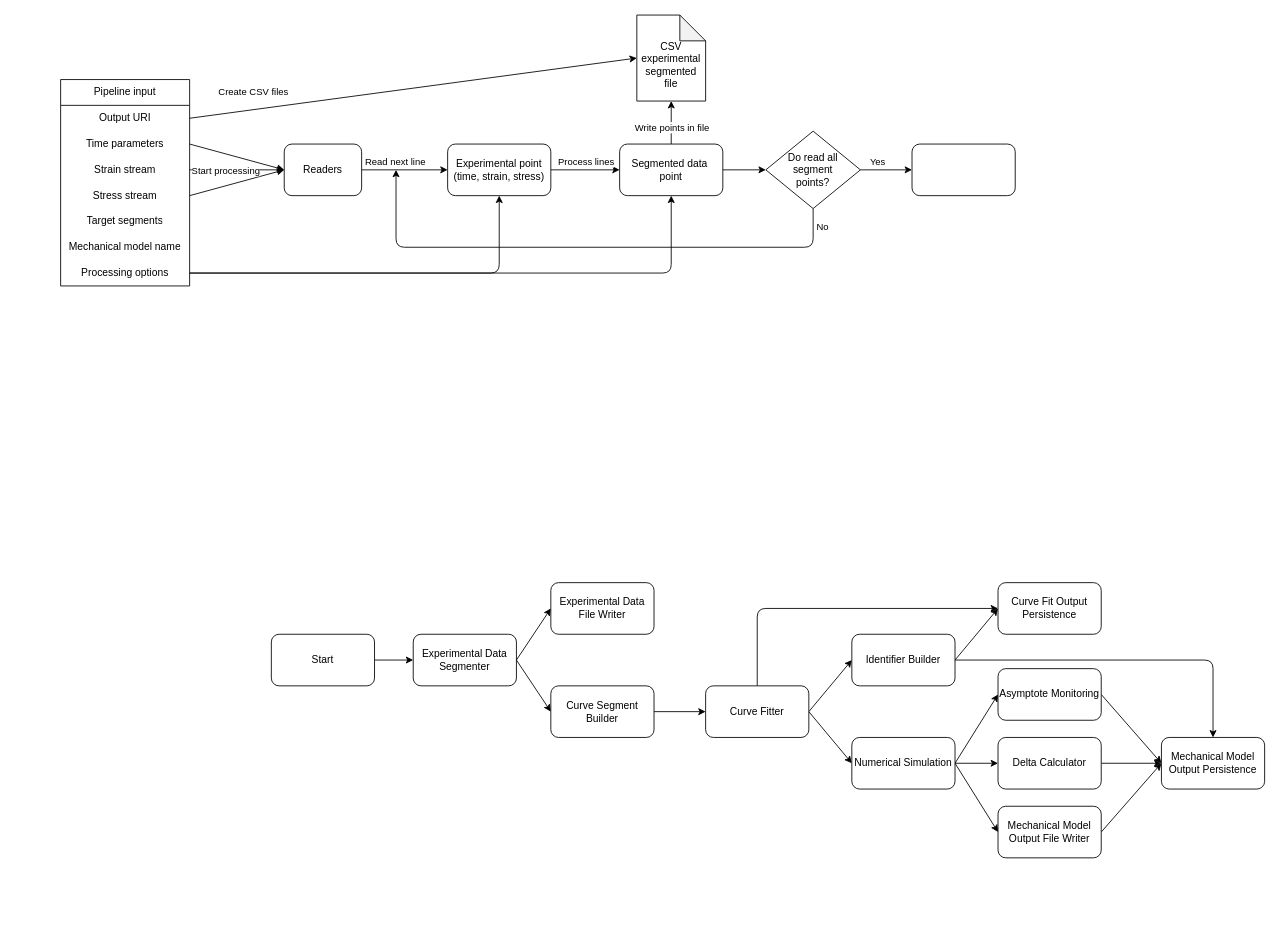
mellosilveira/Tools keeps this draw.io diagram as flowcharts/flowcharts.drawio. Above is the earlier version. Source tidied: cells renumbered, new cells numbered last; positions are measured from the earlier drawing's top-left corner, leaving out a move shared by most shapes. Both pictures are drawn from the tidied source at 86%, with x=0, y=0 at pixel (60, 15).
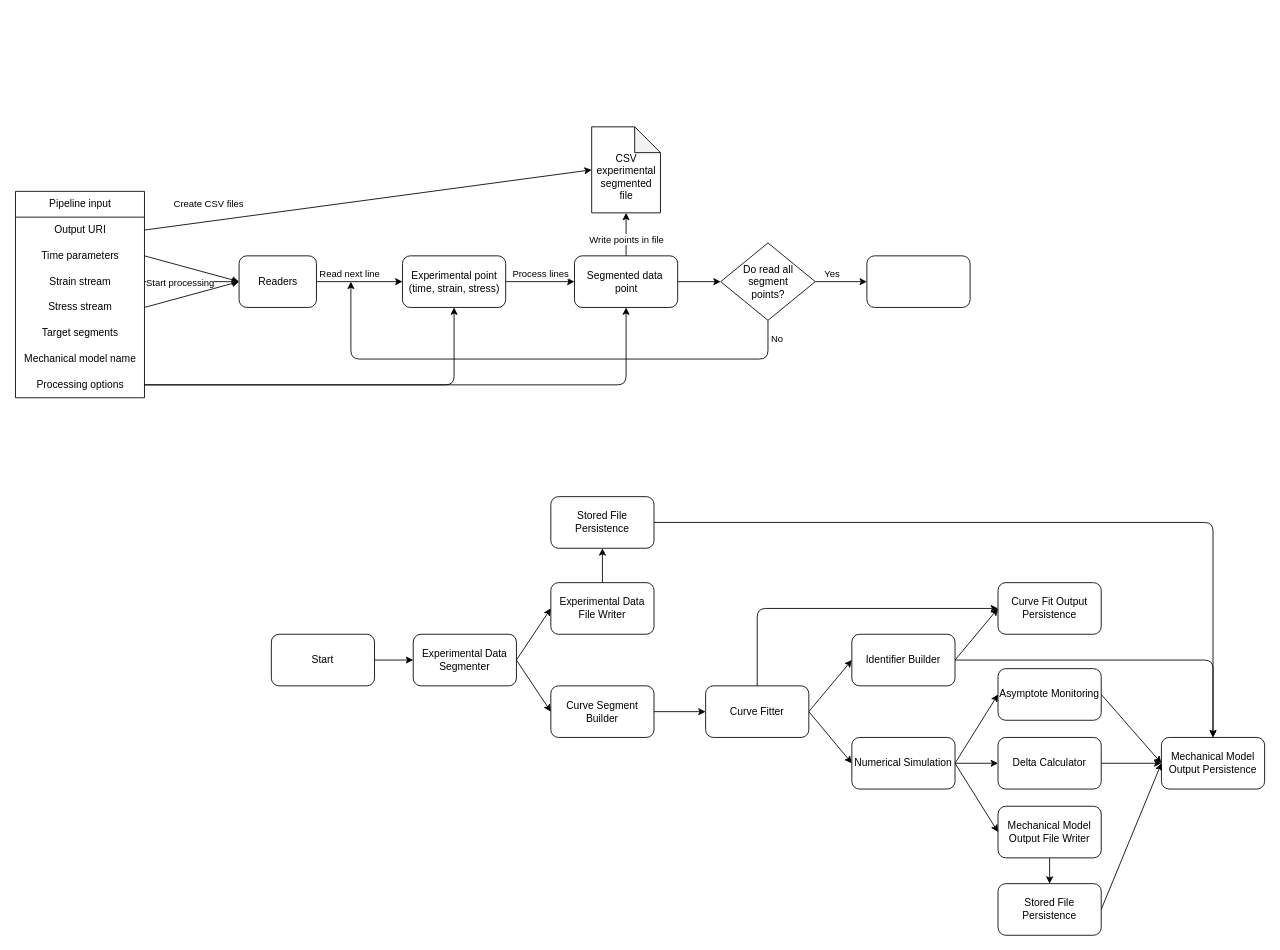
The same page after the edit.

Unchanged cells that the change refers to:
```xml
<mxCell id="14" value="Processing options" style="text;strokeColor=none;fillColor=none;align=center;verticalAlign=middle;spacingLeft=4;spacingRight=4;overflow=hidden;points=[[0,0.5],[1,0.5]];portConstraint=eastwest;whiteSpace=wrap;html=1;" parent="7" vertex="1">
  <mxGeometry y="210" width="150" height="30" as="geometry" />
</mxCell>
<mxCell id="40" value="Experimental Data File Writer" style="rounded=1;whiteSpace=wrap;html=1;" parent="1" vertex="1">
  <mxGeometry x="570" y="660" width="120" height="60" as="geometry" />
</mxCell>
<mxCell id="51" value="Mechanical Model Output Persistence" style="rounded=1;whiteSpace=wrap;html=1;" parent="1" vertex="1">
  <mxGeometry x="1280" y="840" width="120" height="60" as="geometry" />
</mxCell>
<mxCell id="59" value="Mechanical Model Output File Writer" style="rounded=1;whiteSpace=wrap;html=1;" parent="1" vertex="1">
  <mxGeometry x="1090" y="920" width="120" height="60" as="geometry" />
</mxCell>
```

Diff of the diagram source:
```diff
@@
     <mxCell id="6" value="Experimental point&lt;div&gt;(time, strain, stress)&lt;/div&gt;" style="rounded=1;whiteSpace=wrap;html=1;" parent="1" vertex="1">
-      <mxGeometry x="450" y="150" width="120" height="60" as="geometry" />
+      <mxGeometry x="397.5" y="280" width="120" height="60" as="geometry" />
     </mxCell>
     <mxCell id="7" value="Pipeline input" style="swimlane;fontStyle=0;horizontal=1;startSize=30;whiteSpace=wrap;html=1;" parent="1" vertex="1">
-      <mxGeometry y="75" width="150" height="240" as="geometry" />
+      <mxGeometry x="-52.5" y="205" width="150" height="240" as="geometry" />
     </mxCell>
@@
     <mxCell id="16" value="Segmented data&amp;nbsp;&lt;div&gt;point&lt;/div&gt;" style="rounded=1;whiteSpace=wrap;html=1;" parent="1" vertex="1">
-      <mxGeometry x="650" y="150" width="120" height="60" as="geometry" />
+      <mxGeometry x="597.5" y="280" width="120" height="60" as="geometry" />
     </mxCell>
     <mxCell id="17" value="CSV experimental segmented file" style="shape=note;whiteSpace=wrap;html=1;backgroundOutline=1;darkOpacity=0.05;verticalAlign=middle;spacingTop=15;" parent="1" vertex="1">
-      <mxGeometry x="670" width="80" height="100" as="geometry" />
+      <mxGeometry x="617.5" y="130" width="80" height="100" as="geometry" />
     </mxCell>
@@
     <mxCell id="26" style="edgeStyle=none;html=1;exitX=1;exitY=0.5;exitDx=0;exitDy=0;entryX=0.5;entryY=1;entryDx=0;entryDy=0;" parent="1" edge="1" source="14" target="6">
       <mxGeometry relative="1" as="geometry">
         <Array as="points">
-          <mxPoint x="510" y="300" />
+          <mxPoint x="457.5" y="430" />
         </Array>
       </mxGeometry>
     </mxCell>
     <mxCell id="27" style="edgeStyle=none;html=1;entryX=0.5;entryY=1;entryDx=0;entryDy=0;" parent="1" edge="1" source="14" target="16">
       <mxGeometry relative="1" as="geometry">
         <Array as="points">
-          <mxPoint x="710" y="300" />
+          <mxPoint x="657.5" y="430" />
         </Array>
       </mxGeometry>
     </mxCell>
     <mxCell id="28" style="rounded=1;whiteSpace=wrap;html=1;" parent="1" vertex="1">
-      <mxGeometry x="990" y="150" width="120" height="60" as="geometry" />
+      <mxGeometry x="937.5" y="280" width="120" height="60" as="geometry" />
     </mxCell>
     <mxCell id="29" value="&lt;span style=&quot;color: rgb(0, 0, 0);&quot;&gt;Readers&lt;/span&gt;" style="rounded=1;whiteSpace=wrap;html=1;" parent="1" vertex="1">
-      <mxGeometry x="260" y="150" width="90" height="60" as="geometry" />
+      <mxGeometry x="207.5" y="280" width="90" height="60" as="geometry" />
     </mxCell>
     <mxCell id="30" style="edgeStyle=none;html=1;exitX=0.5;exitY=1;exitDx=0;exitDy=0;" parent="1" edge="1" source="34">
       <mxGeometry relative="1" as="geometry">
-        <mxPoint x="390" y="180" as="targetPoint" />
+        <mxPoint x="337.5" y="310" as="targetPoint" />
         <Array as="points">
-          <mxPoint x="875" y="270" />
-          <mxPoint x="390" y="270" />
+          <mxPoint x="822.5" y="400" />
+          <mxPoint x="337.5" y="400" />
         </Array>
       </mxGeometry>
     </mxCell>
@@
     <mxCell id="34" value="Do read all segment points?" style="rhombus;whiteSpace=wrap;html=1;spacingLeft=10;spacingRight=10;" parent="1" vertex="1">
-      <mxGeometry x="820" y="135" width="110" height="90" as="geometry" />
+      <mxGeometry x="767.5" y="265" width="110" height="90" as="geometry" />
     </mxCell>
@@
+    <mxCell id="62" style="edgeStyle=none;html=1;exitX=0.5;exitY=0;exitDx=0;exitDy=0;entryX=0.5;entryY=1;entryDx=0;entryDy=0;" parent="1" edge="1" source="40" target="65">
+      <mxGeometry relative="1" as="geometry" />
+    </mxCell>
@@
-    <mxCell id="58" style="edgeStyle=none;html=1;exitX=1;exitY=0.5;exitDx=0;exitDy=0;" parent="1" edge="1" source="59">
+    <mxCell id="58" style="edgeStyle=none;html=1;exitX=1;exitY=0.5;exitDx=0;exitDy=0;" parent="1" edge="1" source="66">
       <mxGeometry relative="1" as="geometry">
         <mxPoint x="1280" y="870" as="targetPoint" />
       </mxGeometry>
     </mxCell>
+    <mxCell id="63" style="edgeStyle=none;html=1;exitX=0.5;exitY=1;exitDx=0;exitDy=0;entryX=0.5;entryY=0;entryDx=0;entryDy=0;" parent="1" edge="1" source="59" target="66">
+      <mxGeometry relative="1" as="geometry" />
+    </mxCell>
@@
+    <mxCell id="64" style="edgeStyle=none;html=1;exitX=1;exitY=0.5;exitDx=0;exitDy=0;entryX=0.5;entryY=0;entryDx=0;entryDy=0;" parent="1" edge="1" source="65" target="51">
+      <mxGeometry relative="1" as="geometry">
+        <Array as="points">
+          <mxPoint x="1340" y="590" />
+        </Array>
+      </mxGeometry>
+    </mxCell>
+    <mxCell id="65" value="Stored File Persistence" style="rounded=1;whiteSpace=wrap;html=1;" parent="1" vertex="1">
+      <mxGeometry x="570" y="560" width="120" height="60" as="geometry" />
+    </mxCell>
+    <mxCell id="66" value="Stored File Persistence" style="rounded=1;whiteSpace=wrap;html=1;" parent="1" vertex="1">
+      <mxGeometry x="1090" y="1010" width="120" height="60" as="geometry" />
+    </mxCell>
```
